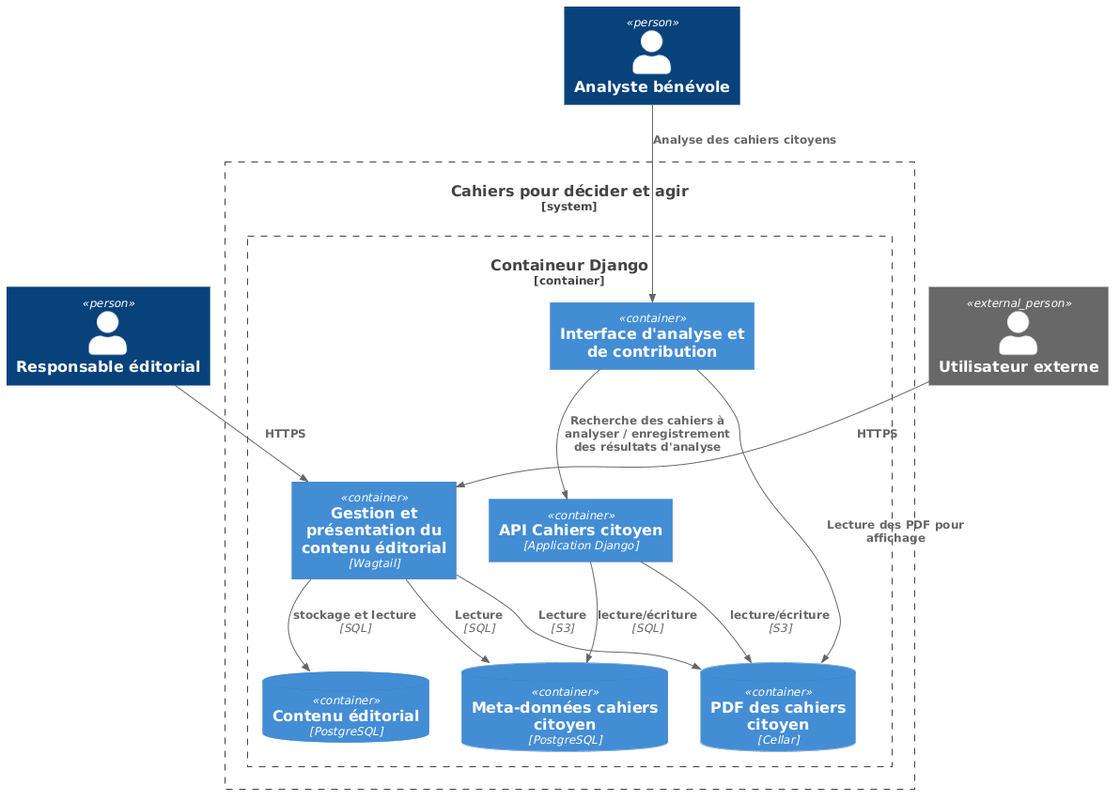
Earlier version of the PlantUML export docs/architecture.png (dataforgoodfr/15-Les-cahiers-pour-decider-et-agir). Source of this version:
```plantuml
@startuml
!include https://raw.githubusercontent.com/plantuml-stdlib/C4-PlantUML/master/C4_Container.puml

  Person(RespEdit, "Responsable éditorial")
  Person_Ext(Utilisateur, "Utilisateur externe")
  Person(Benevole, "Analyste bénévole")
  System_Boundary(c1, "Cahiers pour décider et agir") {
    Container_Boundary(django, "Containeur Django") {
      Container(frontend_app, "Gestion et présentation du contenu éditorial", "Wagtail")
      Container(api_cahier_app, "API Cahiers citoyen", "Application Django")
      ContainerDb(frontend_db, "Contenu éditorial", "PostgreSQL")
      ContainerDb(cahier_db, "Meta-données cahiers citoyen", "PostgreSQL")
      ContainerDb(cahier_cellar, "PDF des cahiers citoyen", "Cellar")
      Rel(api_cahier_app, cahier_db, "lecture/écriture", "SQL")
      Rel(api_cahier_app, cahier_cellar, "lecture/écriture", "S3")
      Rel(frontend_app, frontend_db, "stockage et lecture", "SQL")
      Rel(frontend_app, cahier_db, "Lecture", "SQL")
      Rel(frontend_app, cahier_cellar, "Lecture", "S3")
      Container(ihm_analyse, "Interface d'analyse et de contribution")
    }
  }
  Rel(ihm_analyse, api_cahier_app, "Recherche des cahiers à analyser / enregistrement des résultats d'analyse")
  Rel(ihm_analyse, "cahier_cellar", "Lecture des PDF pour affichage")
  Rel(Utilisateur, frontend_app, "HTTPS")
  Rel(RespEdit, frontend_app, "HTTPS")
  Rel(Benevole, ihm_analyse, "Analyse des cahiers citoyens")
@enduml
```
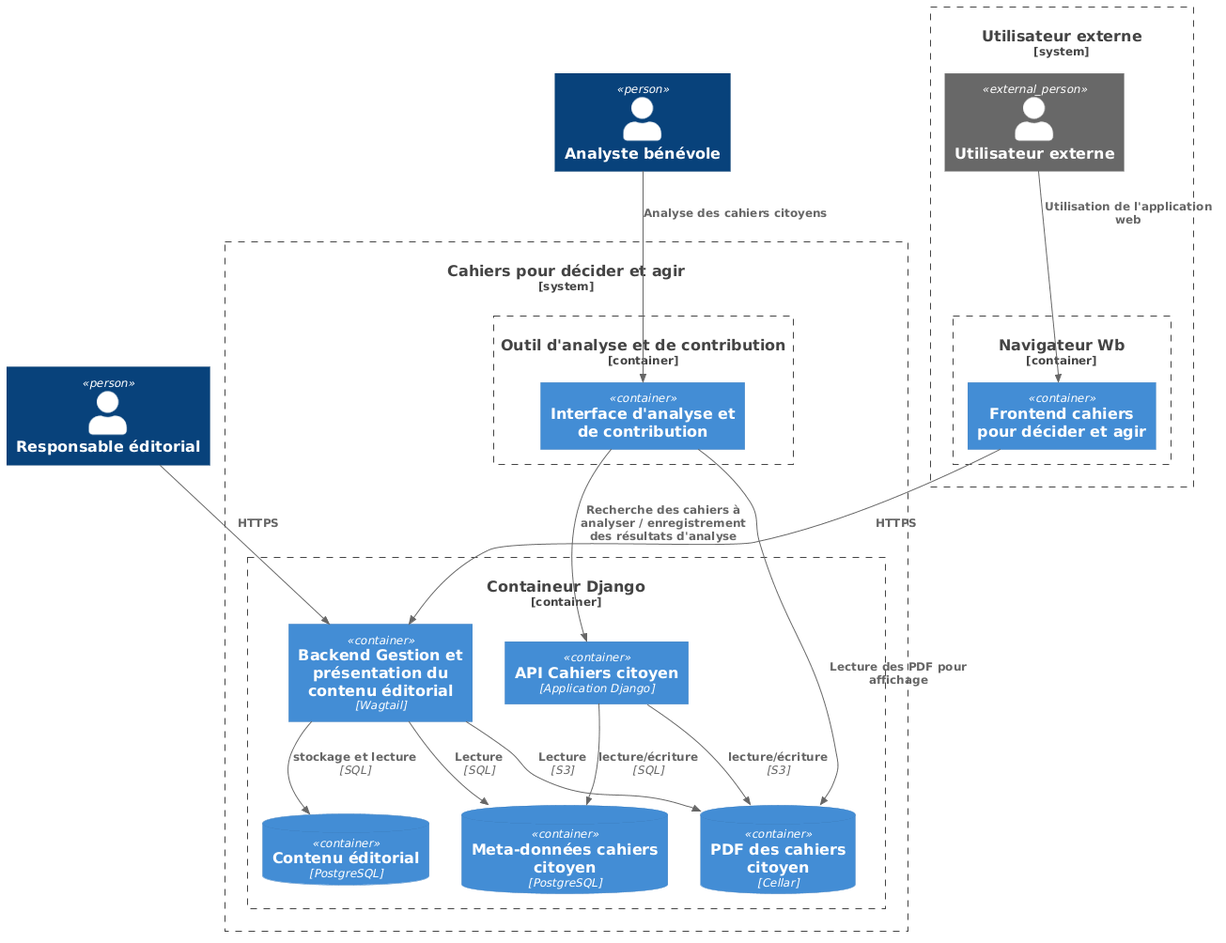
Above is the later version.

Commit message:
Mise à jour pour clarification

Change to the diagram source:
```diff
@@ -2,26 +2,34 @@
 !include https://raw.githubusercontent.com/plantuml-stdlib/C4-PlantUML/master/C4_Container.puml
 
   Person(RespEdit, "Responsable éditorial")
-  Person_Ext(Utilisateur, "Utilisateur externe")
   Person(Benevole, "Analyste bénévole")
   System_Boundary(c1, "Cahiers pour décider et agir") {
     Container_Boundary(django, "Containeur Django") {
-      Container(frontend_app, "Gestion et présentation du contenu éditorial", "Wagtail")
+      Container(backend_app, "Backend Gestion et présentation du contenu éditorial", "Wagtail")
       Container(api_cahier_app, "API Cahiers citoyen", "Application Django")
-      ContainerDb(frontend_db, "Contenu éditorial", "PostgreSQL")
+      ContainerDb(backend_db, "Contenu éditorial", "PostgreSQL")
       ContainerDb(cahier_db, "Meta-données cahiers citoyen", "PostgreSQL")
       ContainerDb(cahier_cellar, "PDF des cahiers citoyen", "Cellar")
       Rel(api_cahier_app, cahier_db, "lecture/écriture", "SQL")
       Rel(api_cahier_app, cahier_cellar, "lecture/écriture", "S3")
-      Rel(frontend_app, frontend_db, "stockage et lecture", "SQL")
-      Rel(frontend_app, cahier_db, "Lecture", "SQL")
-      Rel(frontend_app, cahier_cellar, "Lecture", "S3")
+      Rel(backend_app, backend_db, "stockage et lecture", "SQL")
+      Rel(backend_app, cahier_db, "Lecture", "SQL")
+      Rel(backend_app, cahier_cellar, "Lecture", "S3")
+    }
+    Container_Boundary(outil_analyse, "Outil d'analyse et de contribution") {
       Container(ihm_analyse, "Interface d'analyse et de contribution")
     }
   }
+  System_Boundary(utilisateur_ext, "Utilisateur externe") {
+    Person_Ext(Utilisateur, "Utilisateur externe")
+    Container_Boundary(navigateur, "Navigateur Wb") {
+      Container(frontend_app, "Frontend cahiers pour décider et agir")
+    }
+    Rel(Utilisateur, frontend_app, "Utilisation de l'application web")
+  }
   Rel(ihm_analyse, api_cahier_app, "Recherche des cahiers à analyser / enregistrement des résultats d'analyse")
   Rel(ihm_analyse, "cahier_cellar", "Lecture des PDF pour affichage")
-  Rel(Utilisateur, frontend_app, "HTTPS")
-  Rel(RespEdit, frontend_app, "HTTPS")
+  Rel(frontend_app, backend_app, "HTTPS")
+  Rel(RespEdit, backend_app, "HTTPS")
   Rel(Benevole, ihm_analyse, "Analyse des cahiers citoyens")
 @enduml
```
